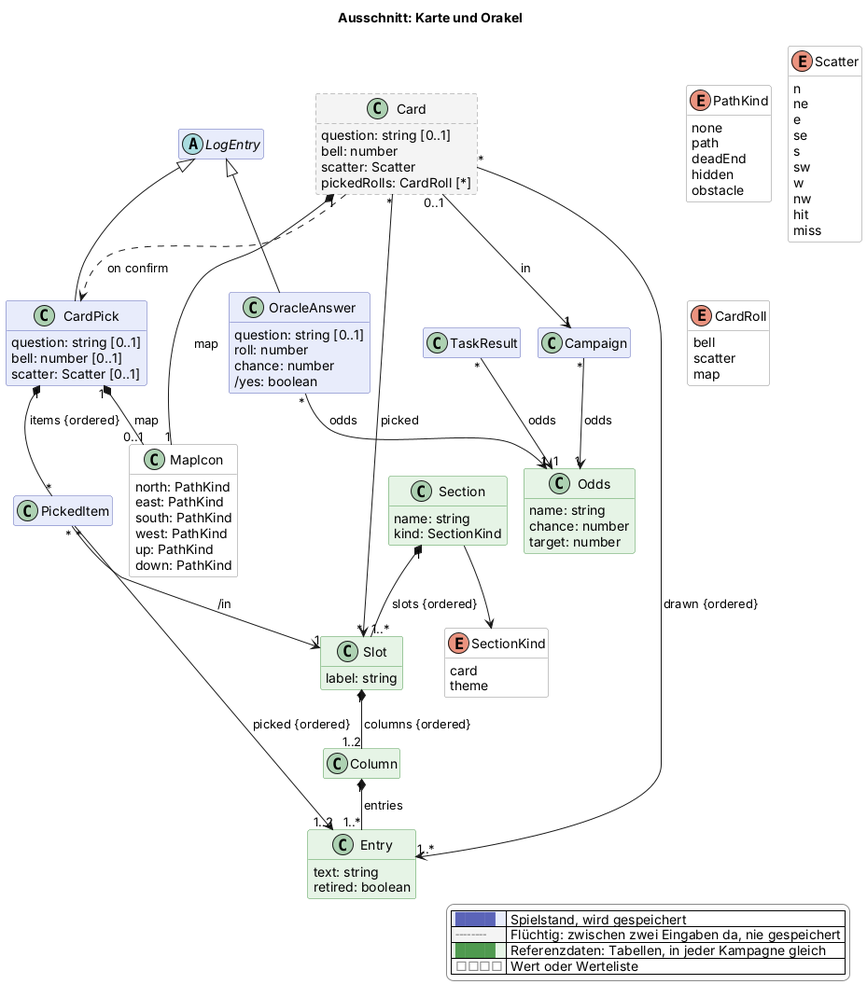
Before: docs/views/karte.png, a diagram exported from PlantUML (scuzzar/SRE).
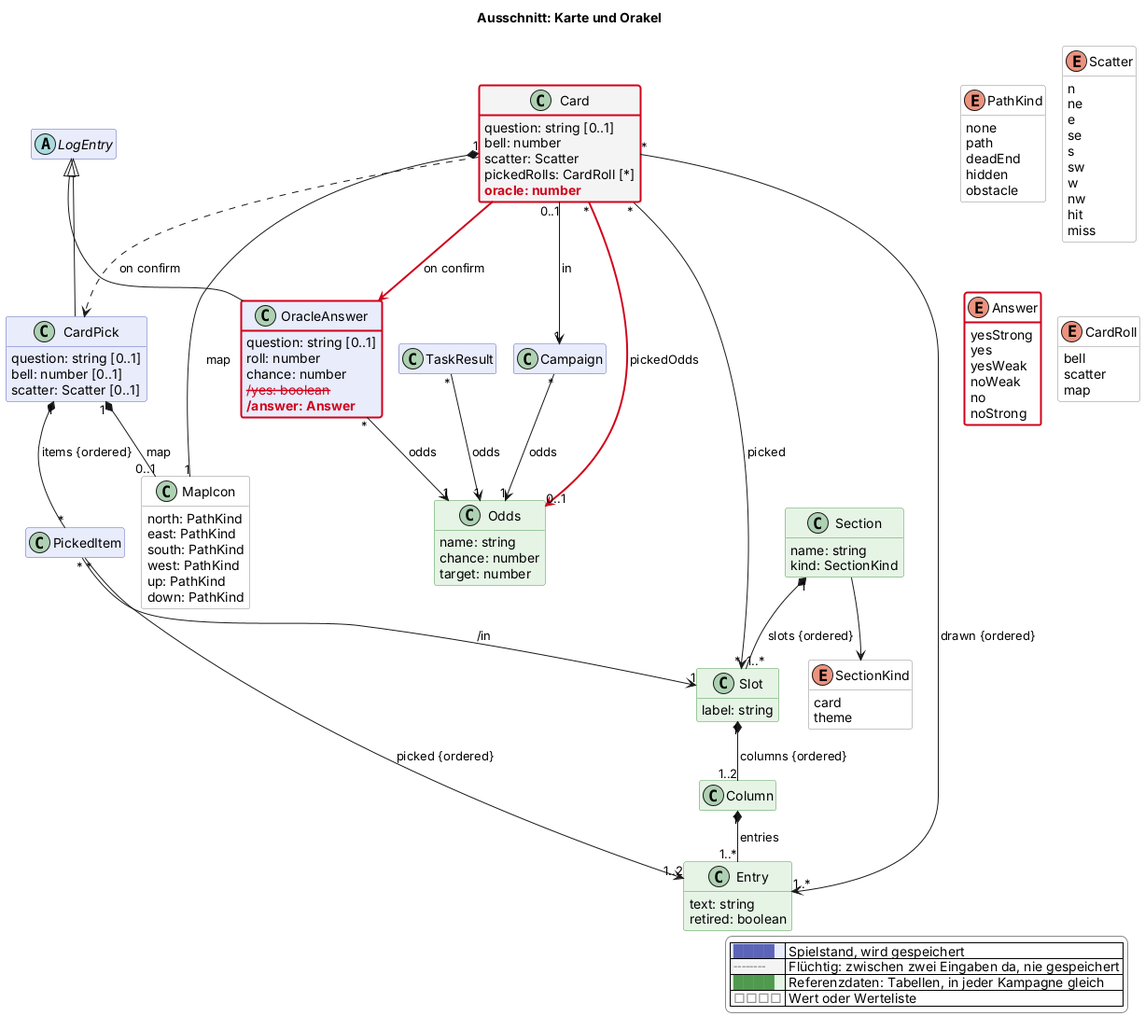
Above is the later version.

Commit message:
Modell: Orakel auf der Karte (2026-11-14d), Entwurf

What changed in the source:
```diff
@@ -75,7 +75,8 @@
     question: string [0..1]
     roll: number
     chance: number
-    /yes: boolean
+    $gone("2026-11-14d", "/yes: boolean")
+    $new("2026-11-14d", "/answer: Answer")
   }
   class CardPick $karte {
     question: string [0..1]
@@ -90,6 +91,7 @@
     bell: number
     scatter: Scatter
     pickedRolls: CardRoll [*]
+    $new("2026-11-14d", "oracle: number")
   }
   class MapIcon <<value>> $karte {
     north: PathKind
@@ -117,6 +119,14 @@
     nw
     hit
     miss
+  }
+  enum Answer <<value>> $karte $newClass("2026-11-14d") {
+    yesStrong
+    yes
+    yesWeak
+    noWeak
+    no
+    noStrong
   }
   enum CardRoll <<value>> $karte {
     bell
@@ -169,6 +179,8 @@
 Card "*" --> "1..*" Entry : drawn {ordered}
 Card "*" --> "*" Slot : picked
 Card ..> CardPick : on confirm
+Card .$newArrow("2026-11-14d").> OracleAnswer : on confirm
+Card "*" -$newArrow("2026-11-14d")-> "0..1" Odds : pickedOdds
 Card "1" *-- "1" MapIcon : map
 PickedItem "*" --> "1" Slot : /in
 PickedItem "*" --> "1..2" Entry : picked {ordered}
@@ -184,4 +196,6 @@
   |<#e6f4e6> <color:#4f9a4f>████</color> | Referenzdaten: Tabellen, in jeder Kampagne gleich |
   |<#ffffff> <color:#8a8a8a>□□□□</color> | Wert oder Werteliste |
 endlegend
+class OracleAnswer #line:d0021b;line.bold
+class Card #line:d0021b;line.bold
 @enduml
```
